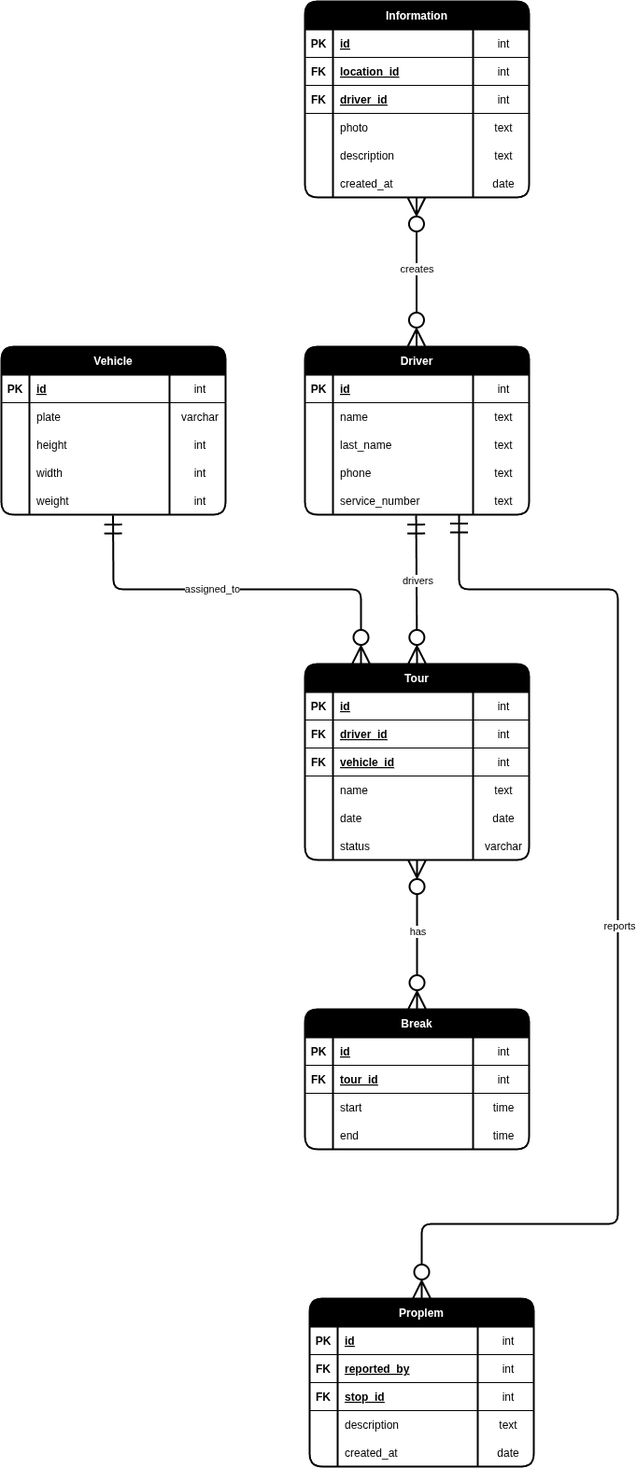
This is docs/database/erd.drawio.png from gabrielbindi/VoBi-Tour, a draw.io export, as it was before one commit. Source tidied: cells renumbered, new cells last; positions are measured from the earlier drawing's top-left corner, leaving out a move shared by most shapes.
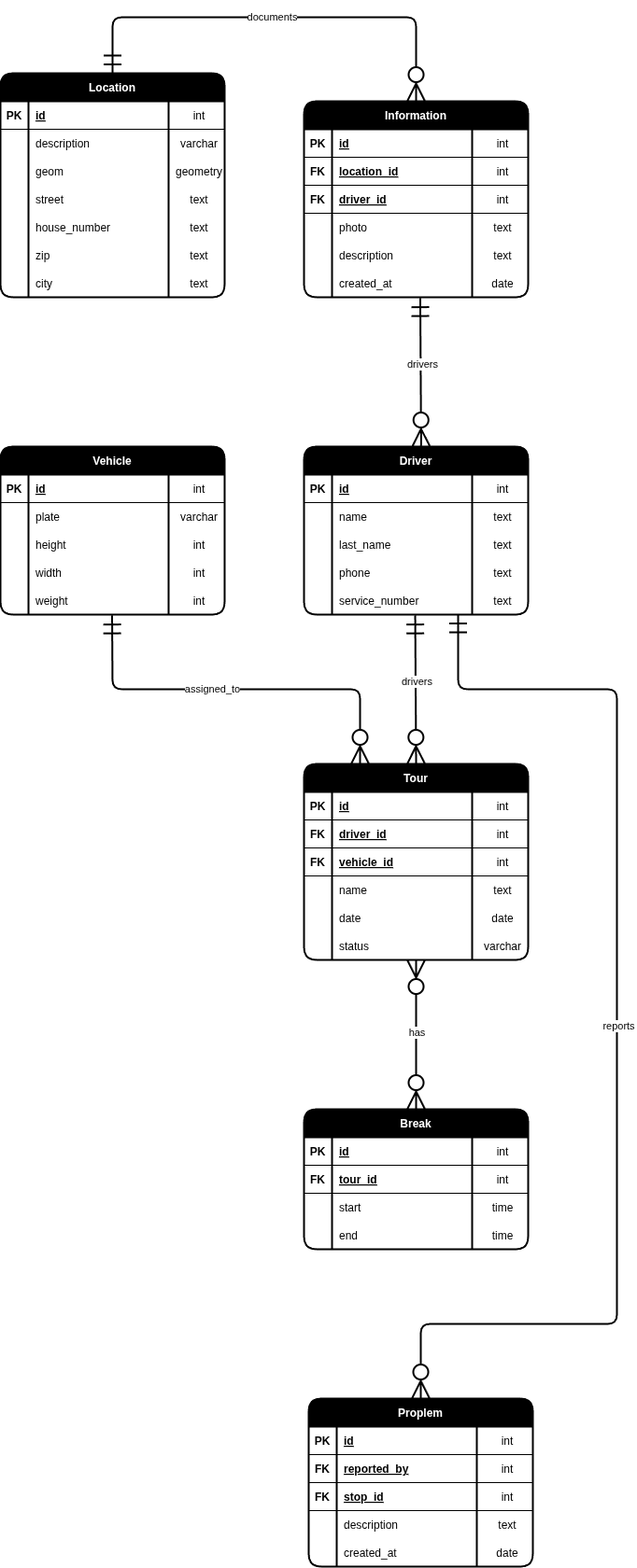
The same file after the commit.

Commit message:
#19 Location added one to many

geom = Geometry
Because PostgreSQL + PostGIS uses geom.

The edit, as a diff of the source:
```diff
@@ -432,14 +432,114 @@
     <mxCell id="139" value="date" style="shape=partialRectangle;fillColor=none;top=0;left=0;bottom=0;right=0;align=center;spacingLeft=6;overflow=hidden;" parent="136" vertex="1">
       <mxGeometry x="180" width="60" height="30" as="geometry" />
     </mxCell>
-    <mxCell id="140" style="fontSize=12;html=1;endArrow=ERzeroToMany;endFill=1;startArrow=ERzeroToMany;endSize=16;startSize=16;strokeWidth=2;entryX=0.5;entryY=1;entryDx=0;entryDy=0;exitX=0.5;exitY=0;exitDx=0;exitDy=0;" parent="1" edge="1">
-      <mxGeometry relative="1" as="geometry">
-        <mxPoint x="444.4" y="370" as="sourcePoint" />
-        <mxPoint x="444.4" y="210" as="targetPoint" />
-      </mxGeometry>
-    </mxCell>
-    <mxCell id="141" value="creates" style="edgeLabel;html=1;align=center;verticalAlign=middle;" parent="140" vertex="1">
-      <mxGeometry x="0.05" relative="1" as="geometry" />
-    </mxCell>
+    <mxCell id="142" style="fontSize=12;html=1;endArrow=ERzeroToMany;startArrow=ERmandOne;entryX=0.5;entryY=0;entryDx=0;entryDy=0;endSize=16;startSize=16;targetPerimeterSpacing=0;strokeWidth=2;exitX=0.496;exitY=1.037;exitDx=0;exitDy=0;exitPerimeter=0;" parent="1" edge="1">
+      <mxGeometry relative="1" as="geometry">
+        <mxPoint x="449.4" y="211.1" as="sourcePoint" />
+        <mxPoint x="450.4" y="370" as="targetPoint" />
+      </mxGeometry>
+    </mxCell>
+    <mxCell id="143" value="drivers" style="edgeLabel;html=1;align=center;verticalAlign=middle;" parent="142" vertex="1">
+      <mxGeometry x="-0.13" y="1" relative="1" as="geometry" />
+    </mxCell>
+    <mxCell id="144" value="Location" style="shape=table;startSize=30;rowLines=0;fontStyle=1;align=center;swimlaneFillColor=none;fillColor=#000000;fontColor=#FFFFFF;strokeWidth=2;rounded=1;" parent="1" vertex="1">
+      <mxGeometry y="-30" width="240" height="240" as="geometry" />
+    </mxCell>
+    <mxCell id="145" style="shape=tableRow;horizontal=0;startSize=0;swimlaneHead=0;swimlaneBody=0;fillColor=none;top=0;left=0;right=0;bottom=1;" parent="144" vertex="1">
+      <mxGeometry y="30" width="240" height="30" as="geometry" />
+    </mxCell>
+    <mxCell id="146" value="PK" style="shape=partialRectangle;fillColor=none;top=0;left=0;bottom=0;right=0;fontStyle=1;overflow=hidden;" parent="145" vertex="1">
+      <mxGeometry width="30" height="30" as="geometry" />
+    </mxCell>
+    <mxCell id="147" value="id" style="shape=partialRectangle;fillColor=none;top=0;left=0;bottom=0;right=0;align=left;spacingLeft=6;fontStyle=5;overflow=hidden;" parent="145" vertex="1">
+      <mxGeometry x="30" width="150" height="30" as="geometry" />
+    </mxCell>
+    <mxCell id="148" value="int" style="shape=partialRectangle;fillColor=none;top=0;left=0;bottom=0;right=0;align=center;spacingLeft=6;fontStyle=0;overflow=hidden;" parent="145" vertex="1">
+      <mxGeometry x="180" width="60" height="30" as="geometry" />
+    </mxCell>
+    <mxCell id="149" style="shape=tableRow;horizontal=0;startSize=0;swimlaneHead=0;swimlaneBody=0;fillColor=none;top=0;left=0;right=0;bottom=0;" parent="144" vertex="1">
+      <mxGeometry y="60" width="240" height="30" as="geometry" />
+    </mxCell>
+    <mxCell id="150" style="shape=partialRectangle;fillColor=none;top=0;left=0;bottom=0;right=0;overflow=hidden;" parent="149" vertex="1">
+      <mxGeometry width="30" height="30" as="geometry" />
+    </mxCell>
+    <mxCell id="151" value="description" style="shape=partialRectangle;fillColor=none;top=0;left=0;bottom=0;right=0;align=left;spacingLeft=6;overflow=hidden;" parent="149" vertex="1">
+      <mxGeometry x="30" width="150" height="30" as="geometry" />
+    </mxCell>
+    <mxCell id="152" value="varchar" style="shape=partialRectangle;fillColor=none;top=0;left=0;bottom=0;right=0;align=center;spacingLeft=6;overflow=hidden;" parent="149" vertex="1">
+      <mxGeometry x="180" width="60" height="30" as="geometry" />
+    </mxCell>
+    <mxCell id="153" style="shape=tableRow;horizontal=0;startSize=0;swimlaneHead=0;swimlaneBody=0;fillColor=none;top=0;left=0;right=0;bottom=0;" parent="144" vertex="1">
+      <mxGeometry y="90" width="240" height="30" as="geometry" />
+    </mxCell>
+    <mxCell id="154" style="shape=partialRectangle;fillColor=none;top=0;left=0;bottom=0;right=0;overflow=hidden;" parent="153" vertex="1">
+      <mxGeometry width="30" height="30" as="geometry" />
+    </mxCell>
+    <mxCell id="155" value="geom" style="shape=partialRectangle;fillColor=none;top=0;left=0;bottom=0;right=0;align=left;spacingLeft=6;overflow=hidden;" parent="153" vertex="1">
+      <mxGeometry x="30" width="150" height="30" as="geometry" />
+    </mxCell>
+    <mxCell id="156" value="geometry" style="shape=partialRectangle;fillColor=none;top=0;left=0;bottom=0;right=0;align=center;spacingLeft=6;overflow=hidden;" parent="153" vertex="1">
+      <mxGeometry x="180" width="60" height="30" as="geometry" />
+    </mxCell>
+    <mxCell id="157" style="shape=tableRow;horizontal=0;startSize=0;swimlaneHead=0;swimlaneBody=0;fillColor=none;top=0;left=0;right=0;bottom=0;" parent="144" vertex="1">
+      <mxGeometry y="120" width="240" height="30" as="geometry" />
+    </mxCell>
+    <mxCell id="158" style="shape=partialRectangle;fillColor=none;top=0;left=0;bottom=0;right=0;overflow=hidden;" parent="157" vertex="1">
+      <mxGeometry width="30" height="30" as="geometry" />
+    </mxCell>
+    <mxCell id="159" value="street" style="shape=partialRectangle;fillColor=none;top=0;left=0;bottom=0;right=0;align=left;spacingLeft=6;overflow=hidden;" parent="157" vertex="1">
+      <mxGeometry x="30" width="150" height="30" as="geometry" />
+    </mxCell>
+    <mxCell id="160" value="text" style="shape=partialRectangle;fillColor=none;top=0;left=0;bottom=0;right=0;align=center;spacingLeft=6;overflow=hidden;" parent="157" vertex="1">
+      <mxGeometry x="180" width="60" height="30" as="geometry" />
+    </mxCell>
+    <mxCell id="161" style="shape=tableRow;horizontal=0;startSize=0;swimlaneHead=0;swimlaneBody=0;fillColor=none;top=0;left=0;right=0;bottom=0;" parent="144" vertex="1">
+      <mxGeometry y="150" width="240" height="30" as="geometry" />
+    </mxCell>
+    <mxCell id="162" style="shape=partialRectangle;fillColor=none;top=0;left=0;bottom=0;right=0;overflow=hidden;" parent="161" vertex="1">
+      <mxGeometry width="30" height="30" as="geometry" />
+    </mxCell>
+    <mxCell id="163" value="house_number" style="shape=partialRectangle;fillColor=none;top=0;left=0;bottom=0;right=0;align=left;spacingLeft=6;overflow=hidden;" parent="161" vertex="1">
+      <mxGeometry x="30" width="150" height="30" as="geometry" />
+    </mxCell>
+    <mxCell id="164" value="text" style="shape=partialRectangle;fillColor=none;top=0;left=0;bottom=0;right=0;align=center;spacingLeft=6;overflow=hidden;" parent="161" vertex="1">
+      <mxGeometry x="180" width="60" height="30" as="geometry" />
+    </mxCell>
+    <mxCell id="165" style="shape=tableRow;horizontal=0;startSize=0;swimlaneHead=0;swimlaneBody=0;fillColor=none;top=0;left=0;right=0;bottom=0;" parent="144" vertex="1">
+      <mxGeometry y="180" width="240" height="30" as="geometry" />
+    </mxCell>
+    <mxCell id="166" style="shape=partialRectangle;fillColor=none;top=0;left=0;bottom=0;right=0;overflow=hidden;" parent="165" vertex="1">
+      <mxGeometry width="30" height="30" as="geometry" />
+    </mxCell>
+    <mxCell id="167" value="zip" style="shape=partialRectangle;fillColor=none;top=0;left=0;bottom=0;right=0;align=left;spacingLeft=6;overflow=hidden;" parent="165" vertex="1">
+      <mxGeometry x="30" width="150" height="30" as="geometry" />
+    </mxCell>
+    <mxCell id="168" value="text" style="shape=partialRectangle;fillColor=none;top=0;left=0;bottom=0;right=0;align=center;spacingLeft=6;overflow=hidden;" parent="165" vertex="1">
+      <mxGeometry x="180" width="60" height="30" as="geometry" />
+    </mxCell>
+    <mxCell id="169" style="shape=tableRow;horizontal=0;startSize=0;swimlaneHead=0;swimlaneBody=0;fillColor=none;top=0;left=0;right=0;bottom=0;" parent="144" vertex="1">
+      <mxGeometry y="210" width="240" height="30" as="geometry" />
+    </mxCell>
+    <mxCell id="170" style="shape=partialRectangle;fillColor=none;top=0;left=0;bottom=0;right=0;overflow=hidden;" parent="169" vertex="1">
+      <mxGeometry width="30" height="30" as="geometry" />
+    </mxCell>
+    <mxCell id="171" value="city" style="shape=partialRectangle;fillColor=none;top=0;left=0;bottom=0;right=0;align=left;spacingLeft=6;overflow=hidden;" parent="169" vertex="1">
+      <mxGeometry x="30" width="150" height="30" as="geometry" />
+    </mxCell>
+    <mxCell id="172" value="text" style="shape=partialRectangle;fillColor=none;top=0;left=0;bottom=0;right=0;align=center;spacingLeft=6;overflow=hidden;" parent="169" vertex="1">
+      <mxGeometry x="180" width="60" height="30" as="geometry" />
+    </mxCell>
+    <mxCell id="173" style="fontSize=12;html=1;endArrow=ERzeroToMany;startArrow=ERmandOne;entryX=0.5;entryY=0;entryDx=0;entryDy=0;endSize=16;startSize=16;targetPerimeterSpacing=0;strokeWidth=2;exitX=0.5;exitY=0;exitDx=0;exitDy=0;" parent="1" edge="1" source="144" target="115">
+      <mxGeometry relative="1" as="geometry">
+        <Array as="points">
+          <mxPoint x="120" y="-90" />
+          <mxPoint x="445" y="-90" />
+        </Array>
+      </mxGeometry>
+    </mxCell>
+    <mxCell id="174" value="documents" style="edgeLabel;html=1;align=center;verticalAlign=middle;" parent="173" vertex="1">
+      <mxGeometry x="-0.13" y="1" relative="1" as="geometry">
+        <mxPoint x="23" as="offset" />
+      </mxGeometry>
+    </mxCell>
   </root>
 </mxGraphModel>
```
